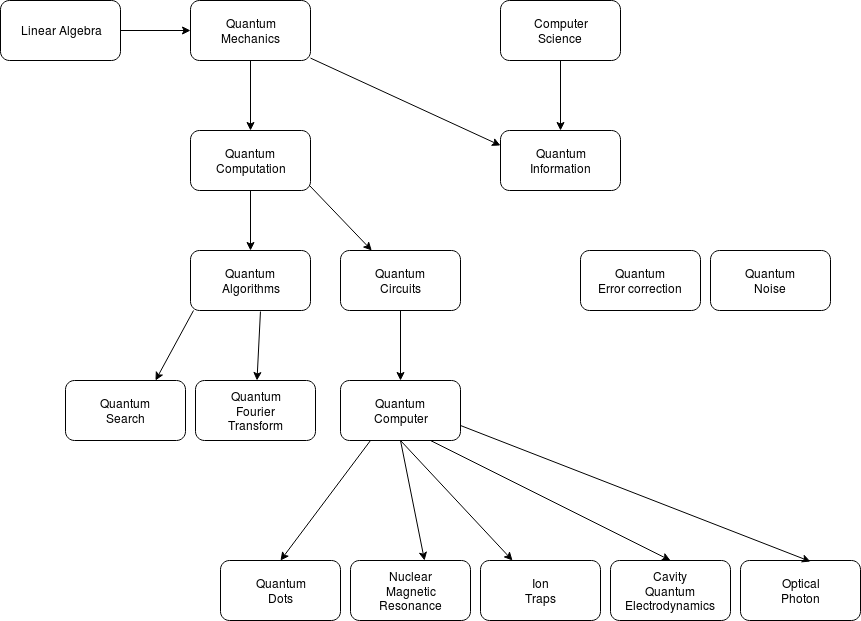
Above: QuantumStructure.png in Lenival/q_simul (draw.io), before the change. Source tidied: cells renumbered, new cells last; positions are measured from the earlier drawing's top-left corner, leaving out a move shared by most shapes.
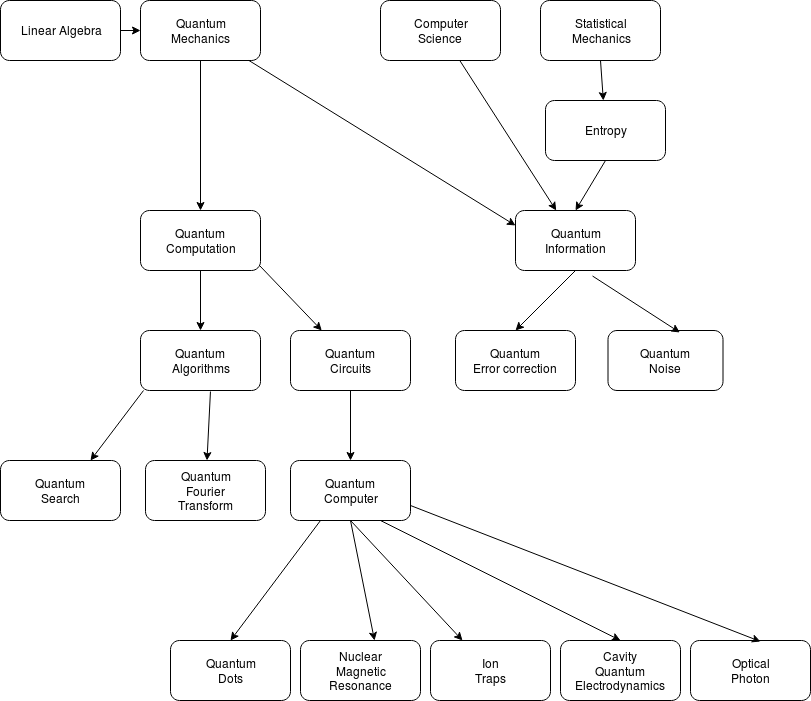
The same diagram one commit later.

Commit message:
Nova versão da tentativa de um mapa mental

The edit, as a diff of the source:
```diff
@@ -6,16 +6,13 @@
       <mxGeometry relative="1" as="geometry" />
     </mxCell>
     <mxCell id="3" value="&lt;div&gt;Quantum&lt;/div&gt;&lt;div&gt;Mechanics&lt;br&gt;&lt;/div&gt;" style="rounded=1;whiteSpace=wrap;html=1;" parent="1" vertex="1">
-      <mxGeometry x="190" width="120" height="60" as="geometry" />
+      <mxGeometry x="190" y="-80" width="120" height="60" as="geometry" />
     </mxCell>
-    <mxCell id="4" style="edgeStyle=orthogonalEdgeStyle;rounded=0;jettySize=auto;html=1;entryX=0.5;entryY=0;entryDx=0;entryDy=0;" parent="1" edge="1" source="5" target="6">
-      <mxGeometry relative="1" as="geometry" />
-    </mxCell>
     <mxCell id="5" value="&lt;div&gt;Computer&lt;/div&gt;&lt;div&gt;Science&lt;br&gt;&lt;/div&gt;" style="rounded=1;whiteSpace=wrap;html=1;" parent="1" vertex="1">
-      <mxGeometry x="500" width="120" height="60" as="geometry" />
+      <mxGeometry x="430" y="-80" width="120" height="60" as="geometry" />
     </mxCell>
     <mxCell id="6" value="&lt;div&gt;Quantum &lt;br&gt;&lt;/div&gt;&lt;div&gt;Information&lt;br&gt;&lt;/div&gt;" style="rounded=1;whiteSpace=wrap;html=1;" parent="1" vertex="1">
-      <mxGeometry x="500" y="130" width="120" height="60" as="geometry" />
+      <mxGeometry x="565" y="130" width="120" height="60" as="geometry" />
     </mxCell>
     <mxCell id="7" style="endArrow=classic;html=1;entryX=0;entryY=0.25;entryDx=0;entryDy=0;" parent="1" edge="1" source="3" target="6">
       <mxGeometry relative="1" as="geometry" />
@@ -36,7 +33,7 @@
       <mxGeometry x="190" y="250" width="120" height="60" as="geometry" />
     </mxCell>
     <mxCell id="13" value="&lt;div&gt;Quantum &lt;br&gt;&lt;/div&gt;&lt;div&gt;Search&lt;/div&gt;" style="rounded=1;whiteSpace=wrap;html=1;" parent="1" vertex="1">
-      <mxGeometry x="65" y="380" width="120" height="60" as="geometry" />
+      <mxGeometry x="50" y="380" width="120" height="60" as="geometry" />
     </mxCell>
     <mxCell id="14" value="&lt;div&gt;Quantum &lt;br&gt;&lt;/div&gt;&lt;div&gt;Fourier&lt;/div&gt;&lt;div&gt;Transform&lt;br&gt;&lt;/div&gt;" style="rounded=1;whiteSpace=wrap;html=1;" parent="1" vertex="1">
       <mxGeometry x="195" y="380" width="120" height="60" as="geometry" />
@@ -78,7 +75,7 @@
       <mxGeometry relative="1" as="geometry" />
     </mxCell>
     <mxCell id="27" value="Linear Algebra" style="rounded=1;whiteSpace=wrap;html=1;" parent="1" vertex="1">
-      <mxGeometry width="120" height="60" as="geometry" />
+      <mxGeometry x="50" y="-80" width="120" height="60" as="geometry" />
     </mxCell>
     <mxCell id="28" style="endArrow=classic;html=1;exitX=0.75;exitY=1;exitDx=0;exitDy=0;entryX=0.5;entryY=0;entryDx=0;entryDy=0;" parent="1" edge="1" source="18" target="20">
       <mxGeometry relative="1" as="geometry" />
@@ -90,10 +87,31 @@
       <mxGeometry relative="1" as="geometry" />
     </mxCell>
     <mxCell id="31" value="&lt;div&gt;Quantum &lt;br&gt;&lt;/div&gt;&lt;div&gt;Noise&lt;br&gt;&lt;/div&gt;" style="rounded=1;whiteSpace=wrap;html=1;" parent="1" vertex="1">
-      <mxGeometry x="710" y="250" width="120" height="60" as="geometry" />
+      <mxGeometry x="657.5" y="250" width="115" height="60" as="geometry" />
     </mxCell>
     <mxCell id="32" value="&lt;div&gt;Quantum &lt;br&gt;&lt;/div&gt;&lt;div&gt;Error correction&lt;br&gt;&lt;/div&gt;" style="rounded=1;whiteSpace=wrap;html=1;" parent="1" vertex="1">
-      <mxGeometry x="580" y="250" width="120" height="60" as="geometry" />
+      <mxGeometry x="505" y="250" width="120" height="60" as="geometry" />
     </mxCell>
+    <mxCell id="33" style="endArrow=classic;html=1;exitX=0.5;exitY=1;exitDx=0;exitDy=0;entryX=0.5;entryY=0;entryDx=0;entryDy=0;" parent="1" edge="1" source="6" target="32">
+      <mxGeometry relative="1" as="geometry" />
+    </mxCell>
+    <mxCell id="34" style="endArrow=classic;html=1;exitX=0.642;exitY=1.092;exitDx=0;exitDy=0;entryX=0.625;entryY=0.033;entryDx=0;entryDy=0;entryPerimeter=0;exitPerimeter=0;" parent="1" edge="1" source="6" target="31">
+      <mxGeometry relative="1" as="geometry" />
+    </mxCell>
+    <mxCell id="35" value="Entropy" style="rounded=1;whiteSpace=wrap;html=1;" parent="1" vertex="1">
+      <mxGeometry x="595" y="20" width="120" height="60" as="geometry" />
+    </mxCell>
+    <mxCell id="36" style="endArrow=classic;html=1;exitX=0.5;exitY=1;exitDx=0;exitDy=0;entryX=0.5;entryY=0;entryDx=0;entryDy=0;" parent="1" edge="1" source="35" target="6">
+      <mxGeometry relative="1" as="geometry" />
+    </mxCell>
+    <mxCell id="37" value="&lt;div&gt;Statistical &lt;br&gt;&lt;/div&gt;&lt;div&gt;Mechanics&lt;/div&gt;" style="rounded=1;whiteSpace=wrap;html=1;" parent="1" vertex="1">
+      <mxGeometry x="590" y="-80" width="120" height="60" as="geometry" />
+    </mxCell>
+    <mxCell id="38" style="endArrow=classic;html=1;exitX=0.5;exitY=1;exitDx=0;exitDy=0;" parent="1" edge="1" source="37" target="35">
+      <mxGeometry relative="1" as="geometry" />
+    </mxCell>
+    <mxCell id="4" style="endArrow=classic;html=1;" parent="1" edge="1" source="5" target="6">
+      <mxGeometry relative="1" as="geometry" />
+    </mxCell>
   </root>
 </mxGraphModel>
```
